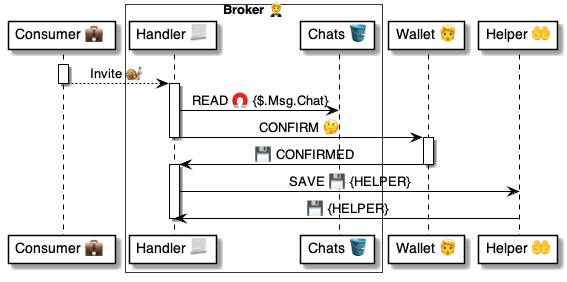
Before: 4 ⚙️ Solution/45 🤲 Helper domains/$ Helpers 🤲/🤲🪣 Invites tables/Helps 🤲 table/🪣 Helps/🤲 Helper.Helps ⚙️ uml.png, a diagram exported from PlantUML (pollyweb-org/pollyweb-docs). Its source is kept beside it as 4 ⚙️ Solution/45 🤲 Helper domains/$ Helpers 🤲/🤲🪣 Invites tables/Helps 🤲 table/🪣 Helps/🤲 Helper.Helps ⚙️ uml.puml.
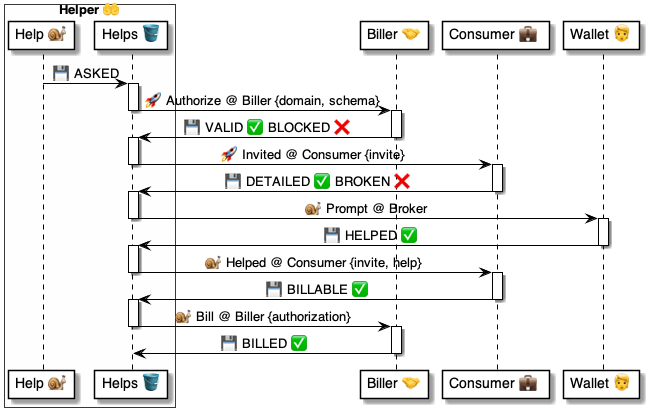
Later version of the same file.

Diff of the diagram source:
```diff
@@ -1,30 +1,54 @@
-@startuml Invite
+@startuml 🤲 Helper.Helps
 
-participant "Consumer 💼 " as host
-box "Broker 🤵" #FFFFFA
-    participant "Handler 📃" as broker
-    participant "Chats 🪣" as chats
+box "Helper 🤲" #FFFFFA
+    participant "Help 🐌" as handler
+    participant "Helps 🪣" as table
 end box
-participant "Wallet 🧑" as user
-participant "Helper 🤲" as helper
+participant "Biller 🤝" as biller
+participant "Consumer 💼 " as consumer
+participant "Wallet 🧑" as wallet
 
 
-activate host
-    host --> broker: Invite 🐌
-deactivate host
+handler -> table: 💾 ASKED
 
-activate broker
-    broker -> chats: READ 🧲 {$.Msg.Chat}
-    broker -> user: CONFIRM 🤔
-deactivate broker
+activate table
+    table -> biller: 🚀 Authorize @ Biller {domain, schema}
+deactivate table
 
-activate user
-    user -> broker: 💾 CONFIRMED
-deactivate user
+activate biller
+    biller -> table: 💾 VALID ✅ BLOCKED ❌
+deactivate biller
 
-activate broker
-    broker -> helper: SAVE 💾 {HELPER}
-    helper -> broker: 💾 {HELPER}
-deactivate broker
+activate table
+    table -> consumer: 🚀 Invited @ Consumer {invite}
+deactivate table
+
+activate consumer
+    consumer -> table: 💾 DETAILED ✅ BROKEN ❌
+deactivate consumer
+
+activate table
+    table -> wallet: 🐌 Prompt @ Broker
+deactivate table
+
+activate wallet
+    wallet -> table: 💾 HELPED ✅
+deactivate wallet
+
+activate table
+    table -> consumer: 🐌 Helped @ Consumer {invite, help}
+deactivate table
+
+activate consumer
+    consumer -> table: 💾 BILLABLE ✅
+deactivate consumer
+
+activate table
+    table -> biller: 🐌 Bill @ Biller {authorization}
+deactivate table
+
+activate biller
+    biller -> table: 💾 BILLED ✅
+deactivate biller
 
 @enduml
```
